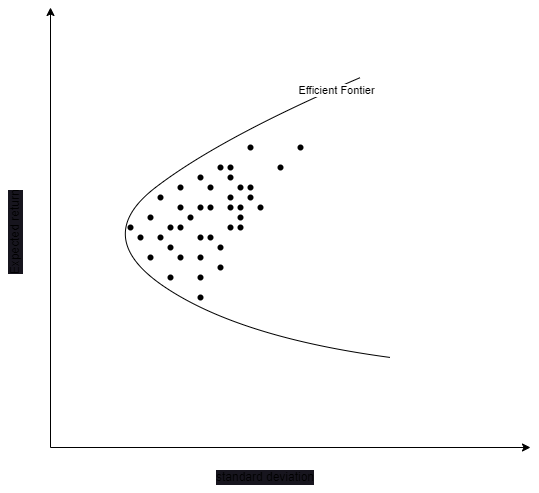
This is docs/src/drawio/efficient_frontier.drawio.png from korilium/Peccon.jl, a draw.io export, as it was before one commit. Source tidied: cells renumbered, new cells last; positions are measured from the earlier drawing's top-left corner, leaving out a move shared by most shapes.
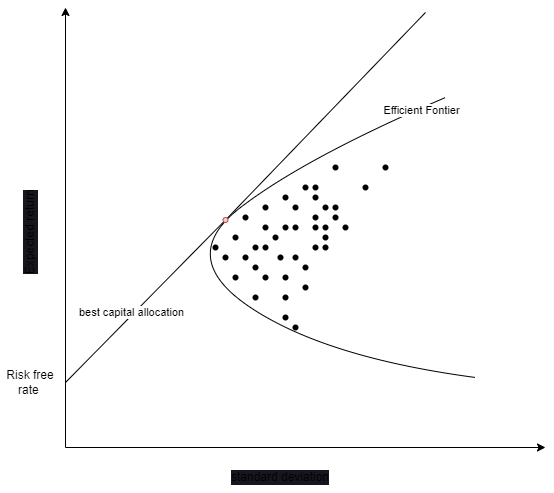
Later version of the same file.

What changed in the source:
```diff
@@ -4,17 +4,17 @@
     <mxCell id="1" parent="0" />
     <mxCell id="2" style="endArrow=classic;html=1;" parent="1" edge="1">
       <mxGeometry relative="1" as="geometry">
-        <mxPoint x="90" y="440" as="sourcePoint" />
-        <mxPoint x="90" as="targetPoint" />
+        <mxPoint x="20" y="420" as="sourcePoint" />
+        <mxPoint x="20" y="-20" as="targetPoint" />
       </mxGeometry>
     </mxCell>
     <mxCell id="3" style="endArrow=classic;html=1;" parent="1" edge="1">
       <mxGeometry relative="1" as="geometry">
-        <mxPoint x="90" y="440" as="sourcePoint" />
-        <mxPoint x="570" y="440" as="targetPoint" />
+        <mxPoint x="20" y="420" as="sourcePoint" />
+        <mxPoint x="500" y="420" as="targetPoint" />
       </mxGeometry>
     </mxCell>
-    <mxCell id="4" style="curved=1;endArrow=none;html=1;rounded=1;endFill=0;" parent="1" edge="1">
+    <mxCell id="4" style="curved=1;endArrow=none;html=1;rounded=1;endFill=0;strokeWidth=1;" parent="1" edge="1">
       <mxGeometry relative="1" as="geometry">
         <mxPoint x="430" y="350" as="sourcePoint" />
         <mxPoint x="400" y="70" as="targetPoint" />
@@ -89,7 +89,7 @@
       <mxGeometry x="280" y="170" width="20" height="20" as="geometry" />
     </mxCell>
     <mxCell id="26" style="shape=waypoint;sketch=0;size=6;fillColor=default;perimeter=centerPerimeter;labelBackgroundColor=#17151e;" parent="1" vertex="1">
-      <mxGeometry x="230" y="220" width="20" height="20" as="geometry" />
+      <mxGeometry x="225" y="220" width="20" height="20" as="geometry" />
     </mxCell>
     <mxCell id="27" style="shape=waypoint;sketch=0;size=6;fillColor=default;perimeter=centerPerimeter;labelBackgroundColor=#17151e;" parent="1" vertex="1">
       <mxGeometry x="240" y="220" width="20" height="20" as="geometry" />
@@ -152,10 +152,32 @@
       <mxGeometry x="210" y="210" width="20" height="20" as="geometry" />
     </mxCell>
     <mxCell id="47" value="Expected return" style="text;html=1;strokeColor=none;fillColor=none;align=center;verticalAlign=middle;whiteSpace=wrap;rounded=0;labelBackgroundColor=#17151e;rotation=-90;" parent="1" vertex="1">
-      <mxGeometry y="210" width="110" height="30" as="geometry" />
+      <mxGeometry x="-70" y="190" width="110" height="30" as="geometry" />
     </mxCell>
     <mxCell id="48" value="standard deviation" style="text;html=1;strokeColor=none;fillColor=none;align=center;verticalAlign=middle;whiteSpace=wrap;rounded=0;labelBackgroundColor=#17151e;rotation=0;" parent="1" vertex="1">
-      <mxGeometry x="250" y="455" width="110" height="30" as="geometry" />
+      <mxGeometry x="180" y="435" width="110" height="30" as="geometry" />
     </mxCell>
+    <mxCell id="49" style="endArrow=none;html=1;strokeWidth=1;startArrow=none;" parent="1" edge="1" source="53">
+      <mxGeometry relative="1" as="geometry">
+        <mxPoint x="380" y="-15" as="targetPoint" />
+      </mxGeometry>
+    </mxCell>
+    <mxCell id="50" style="shape=waypoint;sketch=0;size=6;fillColor=default;perimeter=centerPerimeter;labelBackgroundColor=#17151e;" parent="1" vertex="1">
+      <mxGeometry x="240" y="290" width="20" height="20" as="geometry" />
+    </mxCell>
+    <mxCell id="51" style="endArrow=none;html=1;strokeWidth=1;" parent="1" edge="1" target="53">
+      <mxGeometry relative="1" as="geometry">
+        <mxPoint x="20" y="355" as="sourcePoint" />
+      </mxGeometry>
+    </mxCell>
+    <mxCell id="52" value="best capital allocation" style="edgeLabel;html=1;align=center;verticalAlign=middle;" parent="51" vertex="1">
+      <mxGeometry x="-0.15" y="3" relative="1" as="geometry" />
+    </mxCell>
+    <mxCell id="53" style="ellipse;whiteSpace=wrap;html=1;fillColor=#f8cecc;strokeColor=#b85450;" parent="1" vertex="1">
+      <mxGeometry x="177.5" y="190" width="5" height="5" as="geometry" />
+    </mxCell>
+    <mxCell id="54" value="Risk free rate&amp;nbsp;" style="text;html=1;strokeColor=none;fillColor=none;align=center;verticalAlign=middle;whiteSpace=wrap;rounded=0;" parent="1" vertex="1">
+      <mxGeometry x="-45" y="340" width="60" height="30" as="geometry" />
+    </mxCell>
   </root>
 </mxGraphModel>
```
